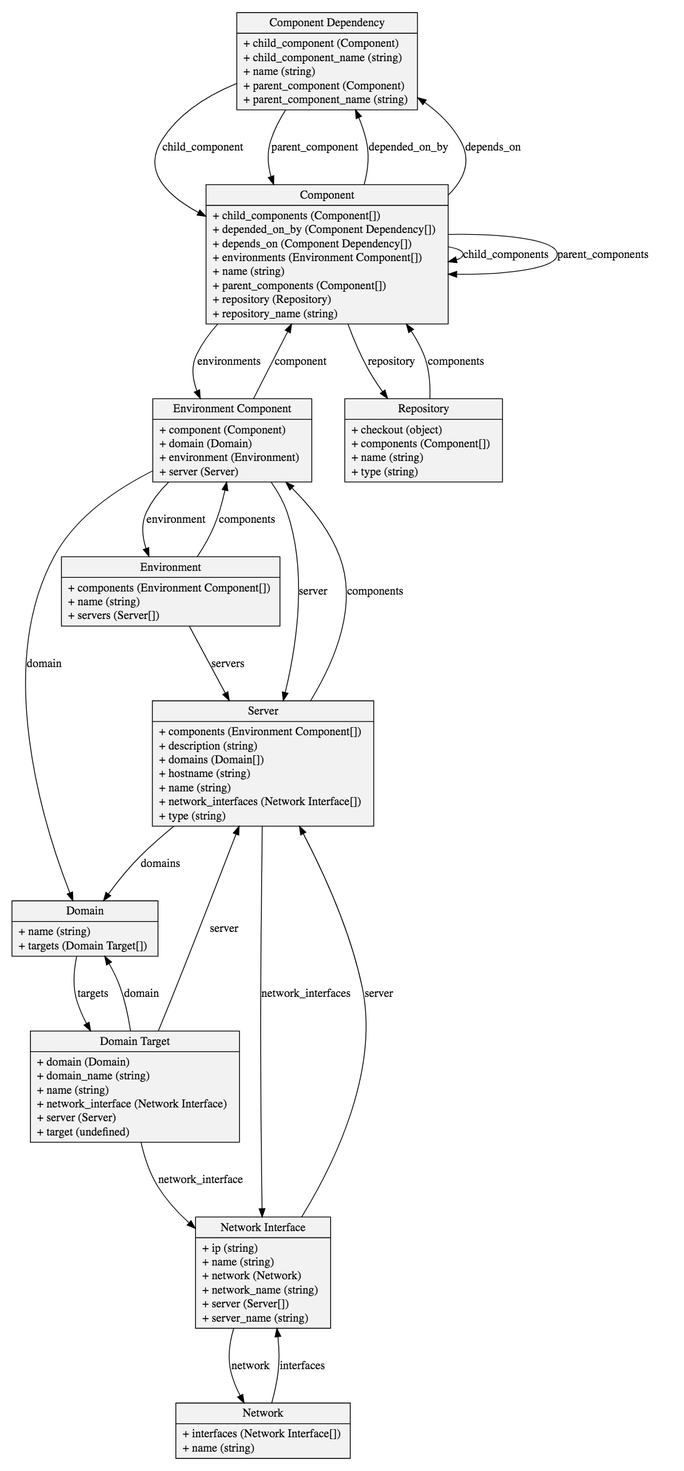
jmather/json-schema-orm keeps this Graphviz diagram as examples/software/diagrams/model.png. Above is the earlier version. Its source is kept beside it as examples/software/diagrams/model.dot. The source it was exported from:
```dot
 digraph {
node[shape=record,style=filled,fillcolor=gray95]
pad=0.2;
ranksep=1
edge[arrowtail=empty]



component_dependency[label = "{Component Dependency| + child_component (Component) \l + child_component_name (string) \l + name (string) \l + parent_component (Component) \l + parent_component_name (string)\l}"]
component[label = "{Component| + child_components (Component[]) \l + depended_on_by (Component Dependency[]) \l + depends_on (Component Dependency[]) \l + environments (Environment Component[]) \l + name (string) \l + parent_components (Component[]) \l + repository (Repository) \l + repository_name (string)\l}"]
domain_target[label = "{Domain Target| + domain (Domain) \l + domain_name (string) \l + name (string) \l + network_interface (Network Interface) \l + server (Server) \l + target (undefined)\l}"]
domain[label = "{Domain| + name (string) \l + targets (Domain Target[])\l}"]
environment_component[label = "{Environment Component| + component (Component) \l + domain (Domain) \l + environment (Environment) \l + server (Server)\l}"]
environment[label = "{Environment| + components (Environment Component[]) \l + name (string) \l + servers (Server[])\l}"]
network_interface[label = "{Network Interface| + ip (string) \l + name (string) \l + network (Network) \l + network_name (string) \l + server (Server[]) \l + server_name (string)\l}"]
network[label = "{Network| + interfaces (Network Interface[]) \l + name (string)\l}"]
repository[label = "{Repository| + checkout (object) \l + components (Component[]) \l + name (string) \l + type (string)\l}"]
server[label = "{Server| + components (Environment Component[]) \l + description (string) \l + domains (Domain[]) \l + hostname (string) \l + name (string) \l + network_interfaces (Network Interface[]) \l + type (string)\l}"]

component_dependency -> component [label="child_component   "]
component_dependency -> component [label="parent_component   "]
component -> component [label="child_components   "]
component -> component_dependency [label="depended_on_by   "]
component -> component_dependency [label="depends_on   "]
component -> environment_component [label="environments   "]
component -> component [label="parent_components   "]
component -> repository [label="repository   "]
domain_target -> domain [label="domain   "]
domain_target -> network_interface [label="network_interface   "]
domain_target -> server [label="server   "]
domain -> domain_target [label="targets   "]
environment_component -> component [label="component   "]
environment_component -> domain [label="domain   "]
environment_component -> environment [label="environment   "]
environment_component -> server [label="server   "]
environment -> environment_component [label="components   "]
environment -> server [label="servers   "]
network_interface -> network [label="network   "]
network_interface -> server [label="server   "]
network -> network_interface [label="interfaces   "]
repository -> component [label="components   "]
server -> environment_component [label="components   "]
server -> domain [label="domains   "]
server -> network_interface [label="network_interfaces   "]
}
```
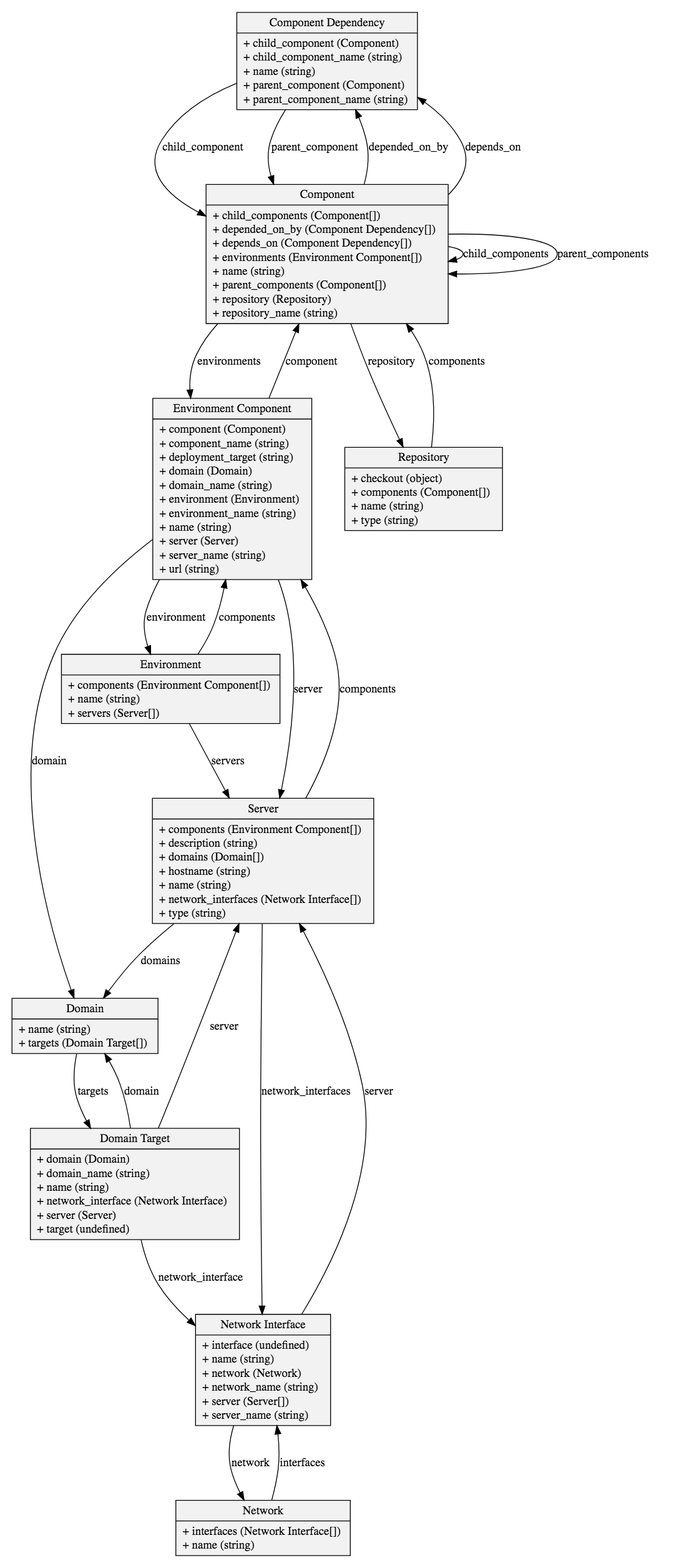
Above is the later version.

Commit message:
Update model diagram

Diff of the diagram source:
```diff
@@ -10,9 +10,9 @@
 component[label = "{Component| + child_components (Component[]) \l + depended_on_by (Component Dependency[]) \l + depends_on (Component Dependency[]) \l + environments (Environment Component[]) \l + name (string) \l + parent_components (Component[]) \l + repository (Repository) \l + repository_name (string)\l}"]
 domain_target[label = "{Domain Target| + domain (Domain) \l + domain_name (string) \l + name (string) \l + network_interface (Network Interface) \l + server (Server) \l + target (undefined)\l}"]
 domain[label = "{Domain| + name (string) \l + targets (Domain Target[])\l}"]
-environment_component[label = "{Environment Component| + component (Component) \l + domain (Domain) \l + environment (Environment) \l + server (Server)\l}"]
+environment_component[label = "{Environment Component| + component (Component) \l + component_name (string) \l + deployment_target (string) \l + domain (Domain) \l + domain_name (string) \l + environment (Environment) \l + environment_name (string) \l + name (string) \l + server (Server) \l + server_name (string) \l + url (string)\l}"]
 environment[label = "{Environment| + components (Environment Component[]) \l + name (string) \l + servers (Server[])\l}"]
-network_interface[label = "{Network Interface| + ip (string) \l + name (string) \l + network (Network) \l + network_name (string) \l + server (Server[]) \l + server_name (string)\l}"]
+network_interface[label = "{Network Interface| + interface (undefined) \l + name (string) \l + network (Network) \l + network_name (string) \l + server (Server[]) \l + server_name (string)\l}"]
 network[label = "{Network| + interfaces (Network Interface[]) \l + name (string)\l}"]
 repository[label = "{Repository| + checkout (object) \l + components (Component[]) \l + name (string) \l + type (string)\l}"]
 server[label = "{Server| + components (Environment Component[]) \l + description (string) \l + domains (Domain[]) \l + hostname (string) \l + name (string) \l + network_interfaces (Network Interface[]) \l + type (string)\l}"]
```
